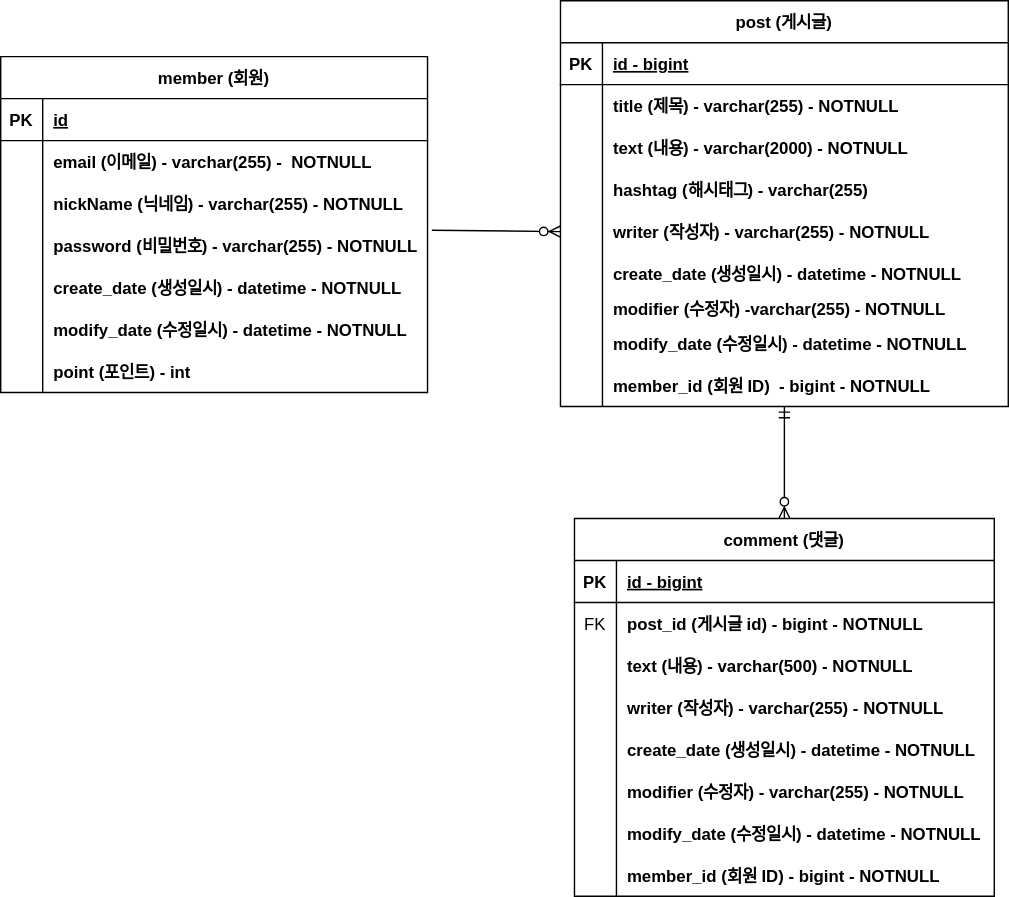
This is document/sym-project-erd.svg from tlqkrus012345/sym, a draw.io export, as it was before one commit. Source tidied: cells renumbered, new cells last; positions are measured from the earlier drawing's top-left corner, leaving out a move shared by most shapes.
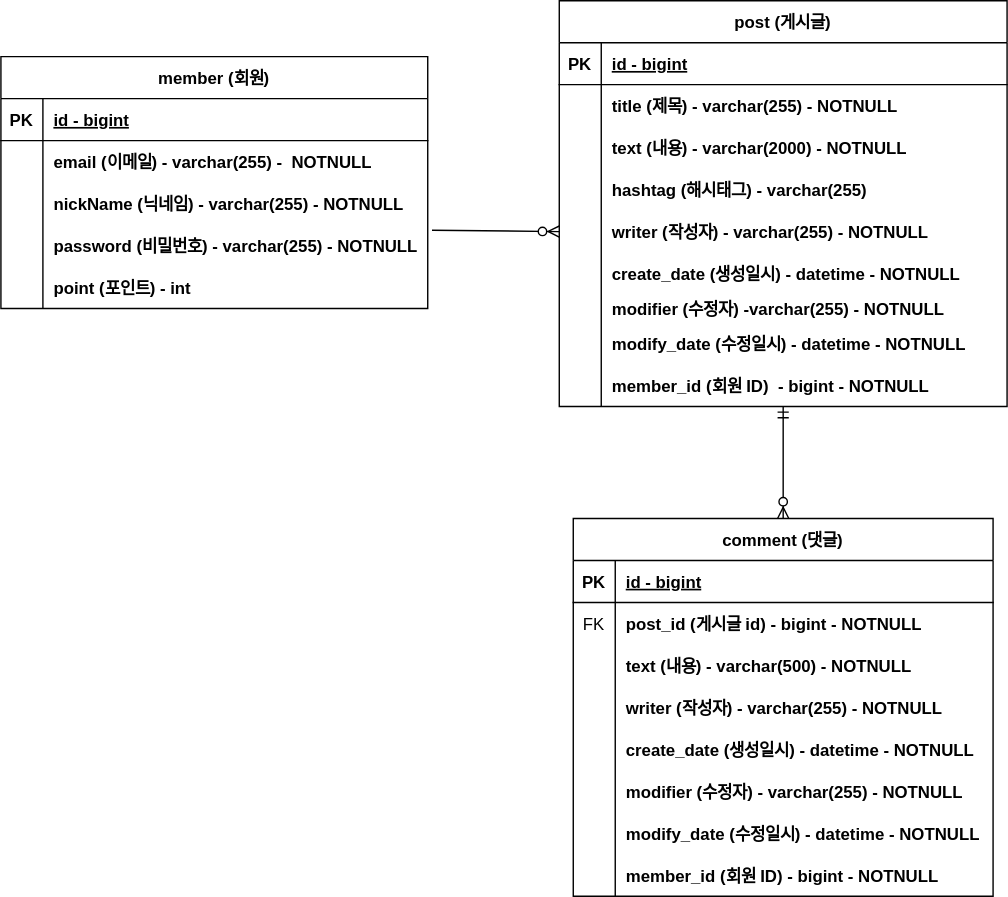
After the commit.

Diff of the diagram source:
```diff
@@ -162,7 +162,7 @@
       <mxGeometry x="30" width="270" height="30" as="geometry" />
     </mxCell>
     <mxCell id="55" value="member (회원)" style="shape=table;startSize=30;rowLines=0;fontStyle=1;align=center;" parent="1" vertex="1">
-      <mxGeometry y="40" width="305" height="240" as="geometry" />
+      <mxGeometry x="1" y="40" width="305" height="180" as="geometry" />
     </mxCell>
     <mxCell id="56" style="shape=partialRectangle;fillColor=none;top=0;left=0;right=0;bottom=1;" parent="55" vertex="1">
       <mxGeometry y="30" width="305" height="30" as="geometry" />
@@ -170,7 +170,7 @@
     <mxCell id="57" value="PK" style="shape=partialRectangle;overflow=hidden;fillColor=none;top=0;left=0;bottom=0;right=0;fontStyle=1;" parent="56" vertex="1">
       <mxGeometry width="30" height="30" as="geometry" />
     </mxCell>
-    <mxCell id="58" value="id" style="shape=partialRectangle;overflow=hidden;fillColor=none;top=0;left=0;bottom=0;right=0;align=left;spacingLeft=6;fontStyle=5;" parent="56" vertex="1">
+    <mxCell id="58" value="id - bigint" style="shape=partialRectangle;overflow=hidden;fillColor=none;top=0;left=0;bottom=0;right=0;align=left;spacingLeft=6;fontStyle=5;" parent="56" vertex="1">
       <mxGeometry x="30" width="275" height="30" as="geometry" />
     </mxCell>
     <mxCell id="59" style="shape=partialRectangle;fillColor=none;top=0;left=0;right=0;bottom=0;" parent="55" vertex="1">
@@ -200,26 +200,8 @@
     <mxCell id="67" value="password (비밀번호) - varchar(255) - NOTNULL" style="shape=partialRectangle;overflow=hidden;fillColor=none;top=0;left=0;bottom=0;right=0;align=left;spacingLeft=6;fontStyle=1;" parent="65" vertex="1">
       <mxGeometry x="30" width="275" height="30" as="geometry" />
     </mxCell>
-    <mxCell id="68" style="shape=partialRectangle;fillColor=none;top=0;left=0;right=0;bottom=0;" parent="55" vertex="1">
-      <mxGeometry y="150" width="305" height="30" as="geometry" />
-    </mxCell>
-    <mxCell id="69" style="shape=partialRectangle;overflow=hidden;fillColor=none;top=0;left=0;bottom=0;right=0;" parent="68" vertex="1">
-      <mxGeometry width="30" height="30" as="geometry" />
-    </mxCell>
-    <mxCell id="70" value="create_date (생성일시) - datetime - NOTNULL    " style="shape=partialRectangle;overflow=hidden;fillColor=none;top=0;left=0;bottom=0;right=0;align=left;spacingLeft=6;fontStyle=1;" parent="68" vertex="1">
-      <mxGeometry x="30" width="275" height="30" as="geometry" />
-    </mxCell>
-    <mxCell id="71" style="shape=partialRectangle;fillColor=none;top=0;left=0;right=0;bottom=0;" parent="55" vertex="1">
-      <mxGeometry y="180" width="305" height="30" as="geometry" />
-    </mxCell>
-    <mxCell id="72" style="shape=partialRectangle;overflow=hidden;fillColor=none;top=0;left=0;bottom=0;right=0;" parent="71" vertex="1">
-      <mxGeometry width="30" height="30" as="geometry" />
-    </mxCell>
-    <mxCell id="73" value="modify_date (수정일시) - datetime - NOTNULL" style="shape=partialRectangle;overflow=hidden;fillColor=none;top=0;left=0;bottom=0;right=0;align=left;spacingLeft=6;fontStyle=1;" parent="71" vertex="1">
-      <mxGeometry x="30" width="275" height="30" as="geometry" />
-    </mxCell>
     <mxCell id="74" style="shape=partialRectangle;fillColor=none;top=0;left=0;right=0;bottom=0;" parent="55" vertex="1">
-      <mxGeometry y="210" width="305" height="30" as="geometry" />
+      <mxGeometry y="150" width="305" height="30" as="geometry" />
     </mxCell>
     <mxCell id="75" style="shape=partialRectangle;overflow=hidden;fillColor=none;top=0;left=0;bottom=0;right=0;" parent="74" vertex="1">
       <mxGeometry width="30" height="30" as="geometry" />
```
